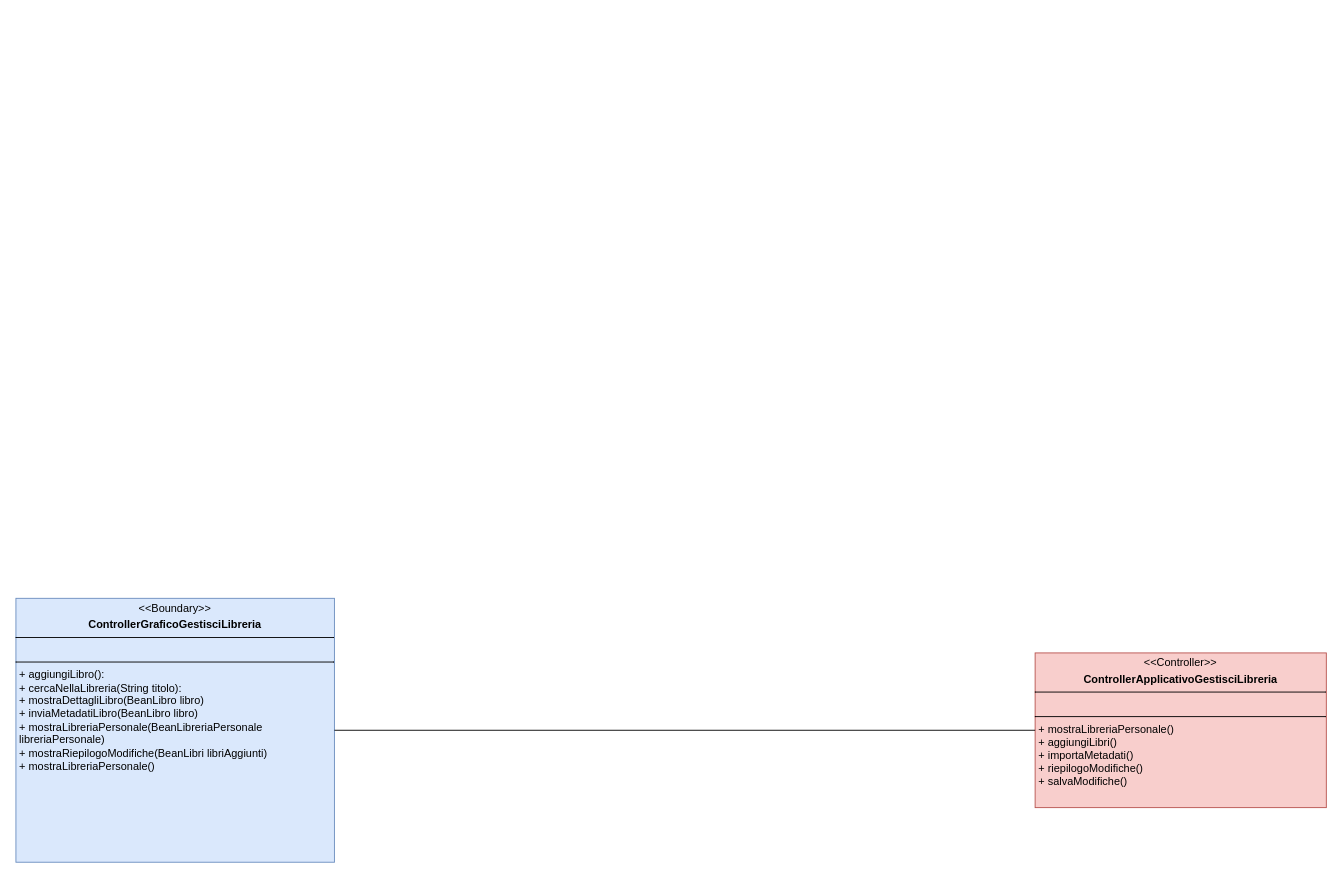
Tom-n7/progettoMurakami keeps this draw.io diagram as page "Design" (1 of 2) of Diagrammi Di Classe/MVC - Gestisci Libreria.drawio. Above is the earlier version. Source tidied: cells renumbered, new cells numbered last; positions are measured from the earlier drawing's top-left corner, leaving out a move shared by most shapes. Both pictures are drawn from the tidied source at 91%, with x=0, y=0 at pixel (15, 598).
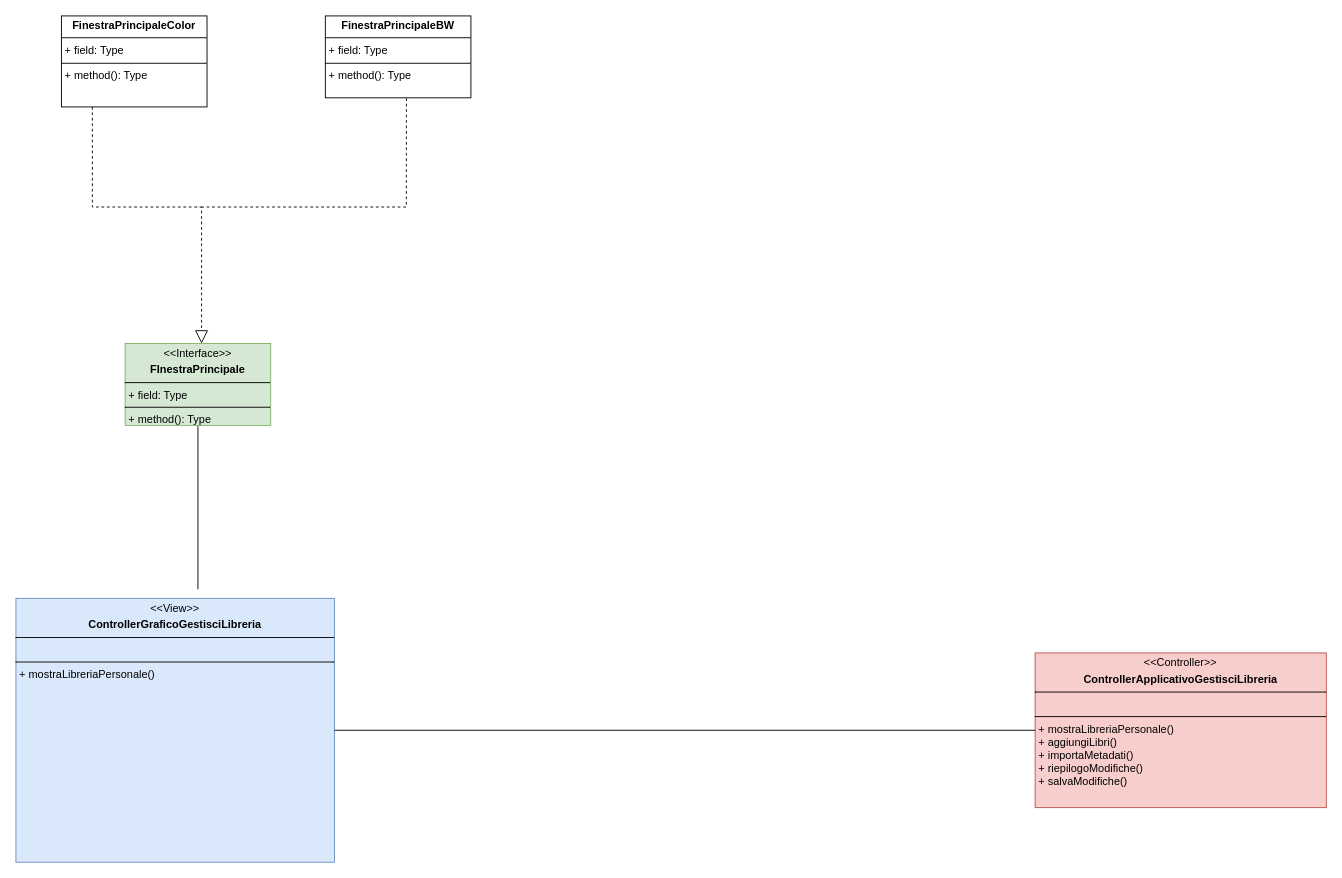
The same diagram, later.

Change to the diagram source:
```diff
@@
 <mxGraphModel>
   <root>
     <mxCell id="0" />
     <mxCell id="1" parent="0" />
-    <mxCell id="2" value="&lt;p style=&quot;margin:0px;margin-top:4px;text-align:center;&quot;&gt;&amp;lt;&amp;lt;Boundary&amp;gt;&amp;gt;&lt;/p&gt;&lt;p style=&quot;margin:0px;margin-top:4px;text-align:center;&quot;&gt;&lt;b&gt;ControllerGraficoGestisciLibreria&lt;/b&gt;&lt;/p&gt;&lt;hr size=&quot;1&quot; style=&quot;border-style:solid;&quot;&gt;&lt;p style=&quot;margin:0px;margin-left:4px;&quot;&gt;&lt;br&gt;&lt;/p&gt;&lt;hr size=&quot;1&quot; style=&quot;border-style:solid;&quot;&gt;&lt;p style=&quot;margin:0px;margin-left:4px;&quot;&gt;+ aggiungiLibro():&amp;nbsp;&lt;/p&gt;&lt;p style=&quot;margin:0px;margin-left:4px;&quot;&gt;+ cercaNellaLibreria(String titolo):&lt;/p&gt;&lt;p style=&quot;margin:0px;margin-left:4px;&quot;&gt;+ mostraDettagliLibro(BeanLibro libro)&lt;/p&gt;&lt;p style=&quot;margin:0px;margin-left:4px;&quot;&gt;+ inviaMetadatiLibro(BeanLibro libro)&lt;/p&gt;&lt;p style=&quot;margin:0px;margin-left:4px;&quot;&gt;+ mostraLibreriaPersonale(BeanLibreriaPersonale libreriaPersonale)&lt;/p&gt;&lt;p style=&quot;margin:0px;margin-left:4px;&quot;&gt;+ mostraRiepilogoModifiche(BeanLibri libriAggiunti)&lt;/p&gt;&lt;p style=&quot;margin:0px;margin-left:4px;&quot;&gt;&lt;span style=&quot;background-color: transparent; color: light-dark(rgb(0, 0, 0), rgb(255, 255, 255));&quot;&gt;+ mostraLibreriaPersonale()&lt;/span&gt;&lt;/p&gt;&lt;p style=&quot;margin:0px;margin-left:4px;&quot;&gt;&lt;br&gt;&lt;/p&gt;" style="verticalAlign=top;align=left;overflow=fill;html=1;whiteSpace=wrap;fillColor=#dae8fc;strokeColor=#6c8ebf;" parent="1" vertex="1">
+    <mxCell id="2" value="&lt;p style=&quot;margin:0px;margin-top:4px;text-align:center;&quot;&gt;&amp;lt;&amp;lt;View&amp;gt;&amp;gt;&lt;/p&gt;&lt;p style=&quot;margin:0px;margin-top:4px;text-align:center;&quot;&gt;&lt;b&gt;ControllerGraficoGestisciLibreria&lt;/b&gt;&lt;/p&gt;&lt;hr size=&quot;1&quot; style=&quot;border-style:solid;&quot;&gt;&lt;p style=&quot;margin:0px;margin-left:4px;&quot;&gt;&lt;br&gt;&lt;/p&gt;&lt;hr size=&quot;1&quot; style=&quot;border-style:solid;&quot;&gt;&lt;p style=&quot;margin:0px;margin-left:4px;&quot;&gt;&lt;span style=&quot;background-color: transparent; color: light-dark(rgb(0, 0, 0), rgb(255, 255, 255));&quot;&gt;+ mostraLibreriaPersonale()&lt;/span&gt;&lt;/p&gt;&lt;p style=&quot;margin:0px;margin-left:4px;&quot;&gt;&lt;br&gt;&lt;/p&gt;" style="verticalAlign=top;align=left;overflow=fill;html=1;whiteSpace=wrap;fillColor=#dae8fc;strokeColor=#6c8ebf;" parent="1" vertex="1">
       <mxGeometry width="350" height="290" as="geometry" />
     </mxCell>
     <mxCell id="3" value="&lt;p style=&quot;margin:0px;margin-top:4px;text-align:center;&quot;&gt;&amp;lt;&amp;lt;Controller&amp;gt;&amp;gt;&lt;/p&gt;&lt;p style=&quot;margin:0px;margin-top:4px;text-align:center;&quot;&gt;&lt;b&gt;ControllerApplicativoGestisciLibreria&lt;/b&gt;&lt;/p&gt;&lt;hr size=&quot;1&quot; style=&quot;border-style:solid;&quot;&gt;&lt;p style=&quot;margin:0px;margin-left:4px;&quot;&gt;&lt;br&gt;&lt;/p&gt;&lt;hr size=&quot;1&quot; style=&quot;border-style:solid;&quot;&gt;&lt;p style=&quot;margin:0px;margin-left:4px;&quot;&gt;+ mostraLibreriaPersonale()&lt;/p&gt;&lt;p style=&quot;margin:0px;margin-left:4px;&quot;&gt;+ aggiungiLibri()&lt;/p&gt;&lt;p style=&quot;margin:0px;margin-left:4px;&quot;&gt;+ importaMetadati()&lt;/p&gt;&lt;p style=&quot;margin:0px;margin-left:4px;&quot;&gt;+ riepilogoModifiche()&lt;/p&gt;&lt;p style=&quot;margin:0px;margin-left:4px;&quot;&gt;+ salvaModifiche()&lt;/p&gt;" style="verticalAlign=top;align=left;overflow=fill;html=1;whiteSpace=wrap;fillColor=#f8cecc;strokeColor=#b85450;" parent="1" vertex="1">
       <mxGeometry x="1120" y="60" width="320" height="170" as="geometry" />
     </mxCell>
     <mxCell id="4" style="endArrow=none;html=1;rounded=0;exitX=1;exitY=0.5;exitDx=0;exitDy=0;" parent="1" edge="1" source="2" target="3">
       <mxGeometry relative="1" as="geometry" />
     </mxCell>
+    <mxCell id="5" style="endArrow=none;html=1;rounded=0;" parent="1" edge="1" target="6">
+      <mxGeometry relative="1" as="geometry">
+        <mxPoint x="200" y="-10" as="sourcePoint" />
+      </mxGeometry>
+    </mxCell>
+    <mxCell id="6" value="&lt;p style=&quot;margin:0px;margin-top:4px;text-align:center;&quot;&gt;&amp;lt;&amp;lt;Interface&amp;gt;&amp;gt;&lt;/p&gt;&lt;p style=&quot;margin:0px;margin-top:4px;text-align:center;&quot;&gt;&lt;b&gt;FInestraPrincipale&lt;/b&gt;&lt;/p&gt;&lt;hr size=&quot;1&quot; style=&quot;border-style:solid;&quot;&gt;&lt;p style=&quot;margin:0px;margin-left:4px;&quot;&gt;+ field: Type&lt;/p&gt;&lt;hr size=&quot;1&quot; style=&quot;border-style:solid;&quot;&gt;&lt;p style=&quot;margin:0px;margin-left:4px;&quot;&gt;+ method(): Type&lt;/p&gt;" style="verticalAlign=top;align=left;overflow=fill;html=1;whiteSpace=wrap;fillColor=#d5e8d4;strokeColor=#82b366;" parent="1" vertex="1">
+      <mxGeometry x="120" y="-280" width="160" height="90" as="geometry" />
+    </mxCell>
+    <mxCell id="7" style="endArrow=block;dashed=1;endFill=0;endSize=12;html=1;rounded=0;entryX=0.75;entryY=0;entryDx=0;entryDy=0;" parent="1" edge="1">
+      <mxGeometry relative="1" as="geometry">
+        <mxPoint x="84" y="-540" as="sourcePoint" />
+        <mxPoint x="204" y="-280" as="targetPoint" />
+        <Array as="points">
+          <mxPoint x="84" y="-430" />
+          <mxPoint x="204" y="-430" />
+        </Array>
+      </mxGeometry>
+    </mxCell>
+    <mxCell id="8" value="&lt;p style=&quot;margin:0px;margin-top:4px;text-align:center;&quot;&gt;&lt;b style=&quot;background-color: transparent; color: light-dark(rgb(0, 0, 0), rgb(255, 255, 255));&quot;&gt;FinestraPrincipaleColor&lt;/b&gt;&lt;/p&gt;&lt;hr size=&quot;1&quot; style=&quot;border-style:solid;&quot;&gt;&lt;p style=&quot;margin:0px;margin-left:4px;&quot;&gt;+ field: Type&lt;/p&gt;&lt;hr size=&quot;1&quot; style=&quot;border-style:solid;&quot;&gt;&lt;p style=&quot;margin:0px;margin-left:4px;&quot;&gt;+ method(): Type&lt;/p&gt;" style="verticalAlign=top;align=left;overflow=fill;html=1;whiteSpace=wrap;" parent="1" vertex="1">
+      <mxGeometry x="50" y="-640" width="160" height="100" as="geometry" />
+    </mxCell>
+    <mxCell id="9" value="&lt;p style=&quot;margin:0px;margin-top:4px;text-align:center;&quot;&gt;&lt;b style=&quot;background-color: transparent; color: light-dark(rgb(0, 0, 0), rgb(255, 255, 255));&quot;&gt;FinestraPrincipaleBW&lt;/b&gt;&lt;/p&gt;&lt;hr size=&quot;1&quot; style=&quot;border-style:solid;&quot;&gt;&lt;p style=&quot;margin:0px;margin-left:4px;&quot;&gt;+ field: Type&lt;/p&gt;&lt;hr size=&quot;1&quot; style=&quot;border-style:solid;&quot;&gt;&lt;p style=&quot;margin:0px;margin-left:4px;&quot;&gt;+ method(): Type&lt;/p&gt;" style="verticalAlign=top;align=left;overflow=fill;html=1;whiteSpace=wrap;" parent="1" vertex="1">
+      <mxGeometry x="340" y="-640" width="160" height="90" as="geometry" />
+    </mxCell>
+    <mxCell id="10" style="endArrow=none;dashed=1;endFill=0;endSize=12;html=1;rounded=0;exitX=0.557;exitY=1.005;exitDx=0;exitDy=0;exitPerimeter=0;" parent="1" edge="1" source="9">
+      <mxGeometry relative="1" as="geometry">
+        <mxPoint x="200" y="-430" as="targetPoint" />
+        <Array as="points">
+          <mxPoint x="429" y="-430" />
+          <mxPoint x="200" y="-430" />
+        </Array>
+      </mxGeometry>
+    </mxCell>
   </root>
 </mxGraphModel>
```
